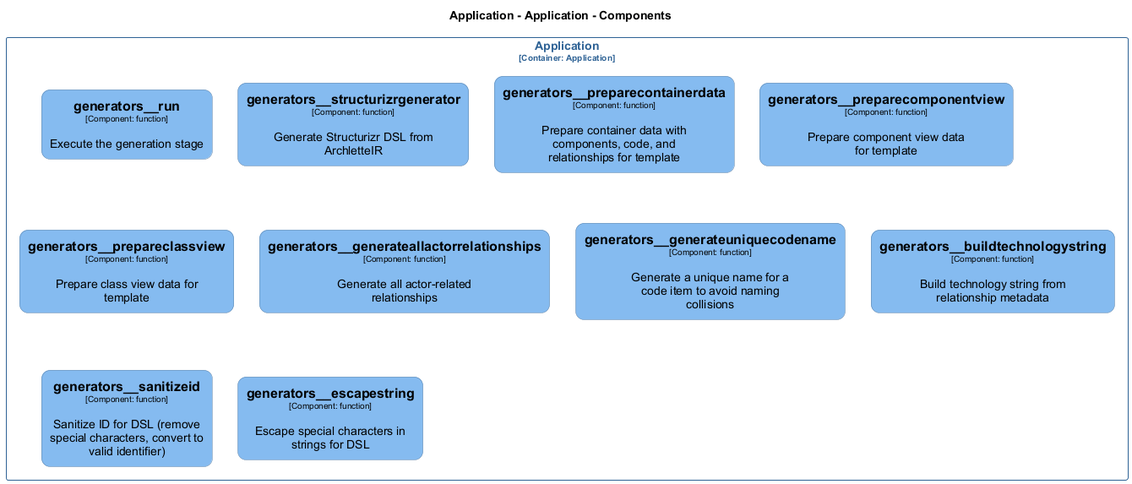
This is src/templates/docs/architecture/diagrams/structurizr-Classes_default_container__generators.png from chrislyons-dev/archlette, a PlantUML export, as it was before one commit.
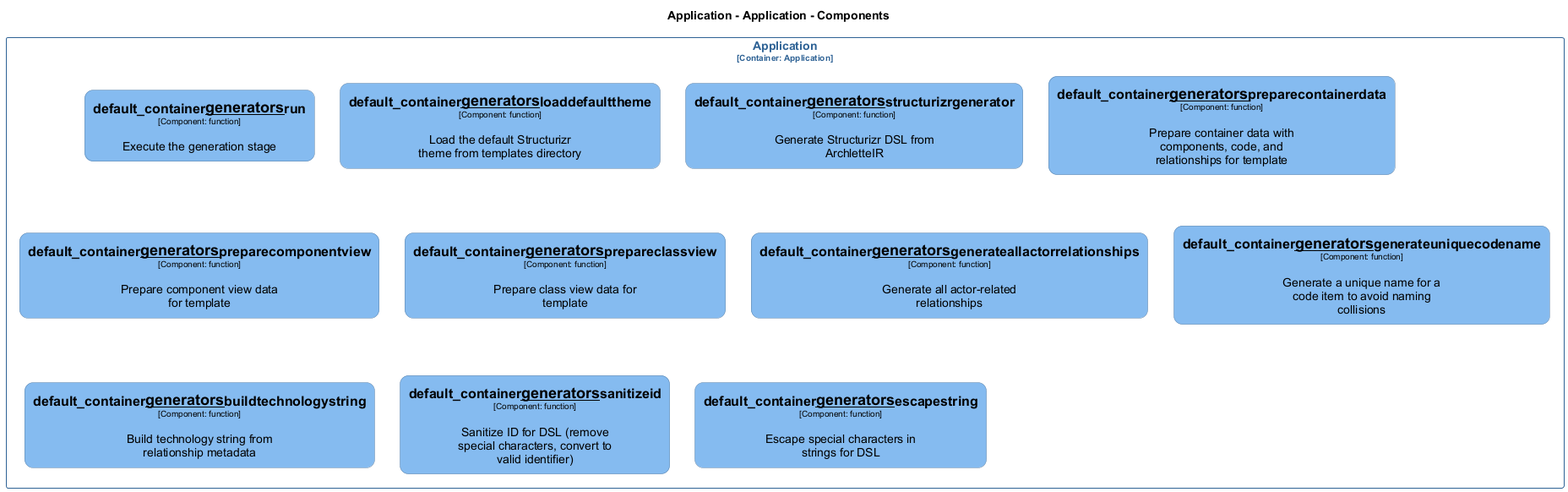
Later version of the same file.

What changed in the source:
```diff
@@ -16,70 +16,77 @@
 
 hide stereotype
 
-skinparam rectangle<<Application.Application.generators__buildtechnologystring>> {
+skinparam rectangle<<Application.Application.default_container__generators__buildtechnologystring>> {
   BackgroundColor #85bbf0
   FontColor #000000
   BorderColor #5d82a8
   roundCorner 20
   shadowing false
 }
-skinparam rectangle<<Application.Application.generators__escapestring>> {
+skinparam rectangle<<Application.Application.default_container__generators__escapestring>> {
   BackgroundColor #85bbf0
   FontColor #000000
   BorderColor #5d82a8
   roundCorner 20
   shadowing false
 }
-skinparam rectangle<<Application.Application.generators__generateallactorrelationships>> {
+skinparam rectangle<<Application.Application.default_container__generators__generateallactorrelationships>> {
   BackgroundColor #85bbf0
   FontColor #000000
   BorderColor #5d82a8
   roundCorner 20
   shadowing false
 }
-skinparam rectangle<<Application.Application.generators__generateuniquecodename>> {
+skinparam rectangle<<Application.Application.default_container__generators__generateuniquecodename>> {
   BackgroundColor #85bbf0
   FontColor #000000
   BorderColor #5d82a8
   roundCorner 20
   shadowing false
 }
-skinparam rectangle<<Application.Application.generators__prepareclassview>> {
+skinparam rectangle<<Application.Application.default_container__generators__loaddefaulttheme>> {
   BackgroundColor #85bbf0
   FontColor #000000
   BorderColor #5d82a8
   roundCorner 20
   shadowing false
 }
-skinparam rectangle<<Application.Application.generators__preparecomponentview>> {
+skinparam rectangle<<Application.Application.default_container__generators__prepareclassview>> {
   BackgroundColor #85bbf0
   FontColor #000000
   BorderColor #5d82a8
   roundCorner 20
   shadowing false
 }
-skinparam rectangle<<Application.Application.generators__preparecontainerdata>> {
+skinparam rectangle<<Application.Application.default_container__generators__preparecomponentview>> {
   BackgroundColor #85bbf0
   FontColor #000000
   BorderColor #5d82a8
   roundCorner 20
   shadowing false
 }
-skinparam rectangle<<Application.Application.generators__run>> {
+skinparam rectangle<<Application.Application.default_container__generators__preparecontainerdata>> {
   BackgroundColor #85bbf0
   FontColor #000000
   BorderColor #5d82a8
   roundCorner 20
   shadowing false
 }
-skinparam rectangle<<Application.Application.generators__sanitizeid>> {
+skinparam rectangle<<Application.Application.default_container__generators__run>> {
   BackgroundColor #85bbf0
   FontColor #000000
   BorderColor #5d82a8
   roundCorner 20
   shadowing false
 }
-skinparam rectangle<<Application.Application.generators__structurizrgenerator>> {
+skinparam rectangle<<Application.Application.default_container__generators__sanitizeid>> {
+  BackgroundColor #85bbf0
+  FontColor #000000
+  BorderColor #5d82a8
+  roundCorner 20
+  shadowing false
+}
+skinparam rectangle<<Application.Application.default_container__generators__structurizrgenerator>> {
   BackgroundColor #85bbf0
   FontColor #000000
   BorderColor #5d82a8
@@ -93,16 +100,17 @@
 }
 
 rectangle "Application\n<size:10>[Container: Application]</size>" <<Application.Application>> {
-  rectangle "==generators__run\n<size:10>[Component: function]</size>\n\nExecute the generation stage" <<Application.Application.generators__run>> as Application.Application.generators__run
-  rectangle "==generators__structurizrgenerator\n<size:10>[Component: function]</size>\n\nGenerate Structurizr DSL from ArchletteIR" <<Application.Application.generators__structurizrgenerator>> as Application.Application.generators__structurizrgenerator
-  rectangle "==generators__preparecontainerdata\n<size:10>[Component: function]</size>\n\nPrepare container data with components, code, and relationships for template" <<Application.Application.generators__preparecontainerdata>> as Application.Application.generators__preparecontainerdata
-  rectangle "==generators__preparecomponentview\n<size:10>[Component: function]</size>\n\nPrepare component view data for template" <<Application.Application.generators__preparecomponentview>> as Application.Application.generators__preparecomponentview
-  rectangle "==generators__prepareclassview\n<size:10>[Component: function]</size>\n\nPrepare class view data for template" <<Application.Application.generators__prepareclassview>> as Application.Application.generators__prepareclassview
-  rectangle "==generators__generateallactorrelationships\n<size:10>[Component: function]</size>\n\nGenerate all actor-related relationships" <<Application.Application.generators__generateallactorrelationships>> as Application.Application.generators__generateallactorrelationships
-  rectangle "==generators__generateuniquecodename\n<size:10>[Component: function]</size>\n\nGenerate a unique name for a code item to avoid naming collisions" <<Application.Application.generators__generateuniquecodename>> as Application.Application.generators__generateuniquecodename
-  rectangle "==generators__buildtechnologystring\n<size:10>[Component: function]</size>\n\nBuild technology string from relationship metadata" <<Application.Application.generators__buildtechnologystring>> as Application.Application.generators__buildtechnologystring
-  rectangle "==generators__sanitizeid\n<size:10>[Component: function]</size>\n\nSanitize ID for DSL (remove special characters, convert to valid identifier)" <<Application.Application.generators__sanitizeid>> as Application.Application.generators__sanitizeid
-  rectangle "==generators__escapestring\n<size:10>[Component: function]</size>\n\nEscape special characters in strings for DSL" <<Application.Application.generators__escapestring>> as Application.Application.generators__escapestring
+  rectangle "==default_container__generators__run\n<size:10>[Component: function]</size>\n\nExecute the generation stage" <<Application.Application.default_container__generators__run>> as Application.Application.default_container__generators__run
+  rectangle "==default_container__generators__loaddefaulttheme\n<size:10>[Component: function]</size>\n\nLoad the default Structurizr theme from templates directory" <<Application.Application.default_container__generators__loaddefaulttheme>> as Application.Application.default_container__generators__loaddefaulttheme
+  rectangle "==default_container__generators__structurizrgenerator\n<size:10>[Component: function]</size>\n\nGenerate Structurizr DSL from ArchletteIR" <<Application.Application.default_container__generators__structurizrgenerator>> as Application.Application.default_container__generators__structurizrgenerator
+  rectangle "==default_container__generators__preparecontainerdata\n<size:10>[Component: function]</size>\n\nPrepare container data with components, code, and relationships for template" <<Application.Application.default_container__generators__preparecontainerdata>> as Application.Application.default_container__generators__preparecontainerdata
+  rectangle "==default_container__generators__preparecomponentview\n<size:10>[Component: function]</size>\n\nPrepare component view data for template" <<Application.Application.default_container__generators__preparecomponentview>> as Application.Application.default_container__generators__preparecomponentview
+  rectangle "==default_container__generators__prepareclassview\n<size:10>[Component: function]</size>\n\nPrepare class view data for template" <<Application.Application.default_container__generators__prepareclassview>> as Application.Application.default_container__generators__prepareclassview
+  rectangle "==default_container__generators__generateallactorrelationships\n<size:10>[Component: function]</size>\n\nGenerate all actor-related relationships" <<Application.Application.default_container__generators__generateallactorrelationships>> as Application.Application.default_container__generators__generateallactorrelationships
+  rectangle "==default_container__generators__generateuniquecodename\n<size:10>[Component: function]</size>\n\nGenerate a unique name for a code item to avoid naming collisions" <<Application.Application.default_container__generators__generateuniquecodename>> as Application.Application.default_container__generators__generateuniquecodename
+  rectangle "==default_container__generators__buildtechnologystring\n<size:10>[Component: function]</size>\n\nBuild technology string from relationship metadata" <<Application.Application.default_container__generators__buildtechnologystring>> as Application.Application.default_container__generators__buildtechnologystring
+  rectangle "==default_container__generators__sanitizeid\n<size:10>[Component: function]</size>\n\nSanitize ID for DSL (remove special characters, convert to valid identifier)" <<Application.Application.default_container__generators__sanitizeid>> as Application.Application.default_container__generators__sanitizeid
+  rectangle "==default_container__generators__escapestring\n<size:10>[Component: function]</size>\n\nEscape special characters in strings for DSL" <<Application.Application.default_container__generators__escapestring>> as Application.Application.default_container__generators__escapestring
 }
 
 @enduml
```
